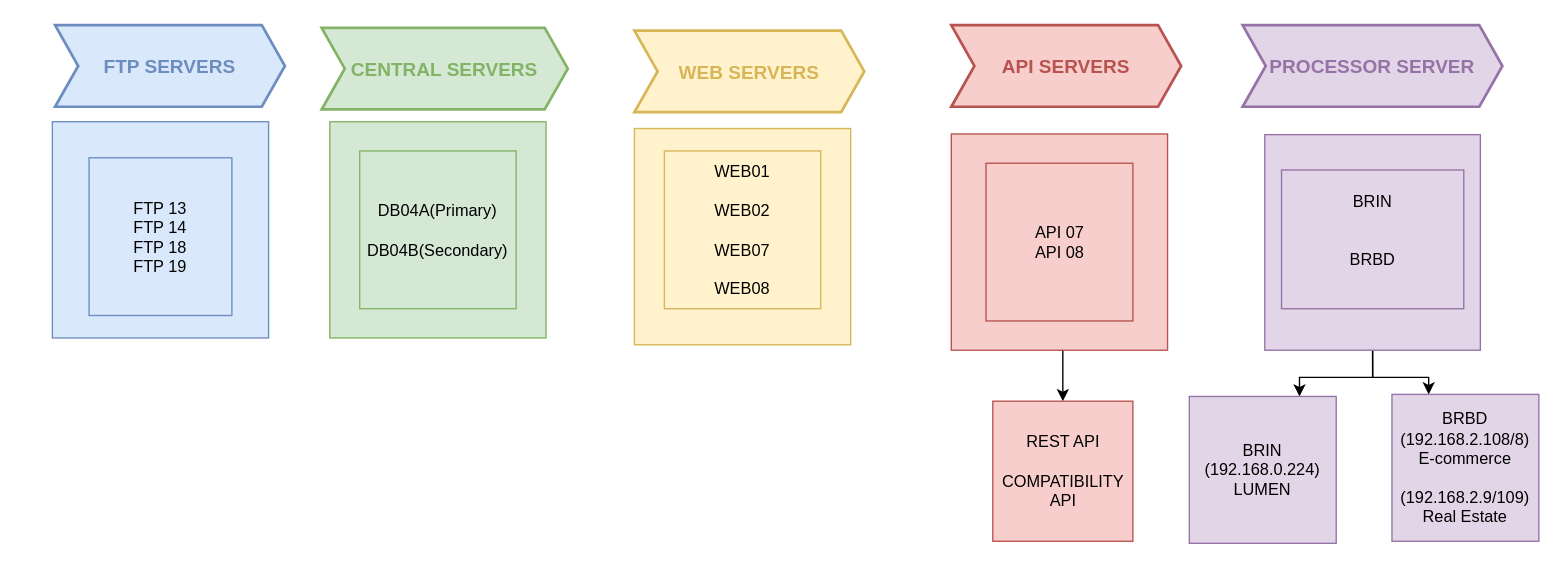
Before: Untitled Diagram.drawio in Sk1740/First-Repo, a draw.io diagram. Source tidied: cells renumbered, new cells numbered last; positions are measured from the earlier drawing's top-left corner, leaving out a move shared by most shapes. Both pictures are drawn from the tidied source at 136%, with x=0, y=0 at pixel (52, 24).
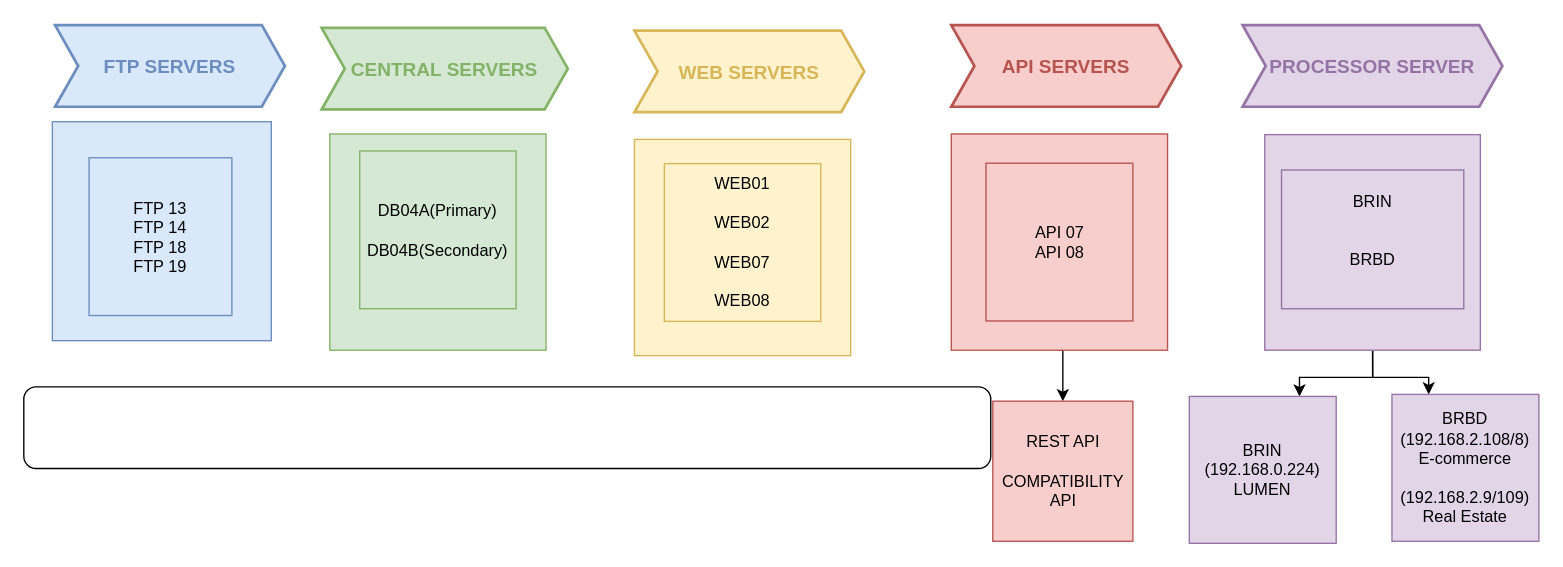
Above is the later version.

Diff of the diagram source:
```diff
@@
     <mxCell id="6" style="whiteSpace=wrap;html=1;fillColor=#dae8fc;strokeColor=#6c8ebf;" parent="1" vertex="1">
-      <mxGeometry y="71" width="159" height="159" as="geometry" />
+      <mxGeometry y="71" width="161" height="161" as="geometry" />
     </mxCell>
@@
     <mxCell id="8" style="whiteSpace=wrap;html=1;fillColor=#d5e8d4;strokeColor=#82b366;" parent="1" vertex="1">
-      <mxGeometry x="204" y="71" width="159" height="159" as="geometry" />
+      <mxGeometry x="204" y="80" width="159" height="159" as="geometry" />
     </mxCell>
@@
     <mxCell id="10" style="whiteSpace=wrap;html=1;fillColor=#fff2cc;strokeColor=#d6b656;" parent="1" vertex="1">
-      <mxGeometry x="428" y="76" width="159" height="159" as="geometry" />
+      <mxGeometry x="428" y="84" width="159" height="159" as="geometry" />
     </mxCell>
     <mxCell id="11" value="WEB01&lt;br&gt;&lt;br&gt;WEB02&lt;br&gt;&lt;br&gt;WEB07&lt;br&gt;&lt;br&gt;WEB08" style="text;strokeColor=#d6b656;align=center;fillColor=#fff2cc;html=1;verticalAlign=middle;whiteSpace=wrap;rounded=0;" parent="1" vertex="1">
-      <mxGeometry x="450" y="92.5" width="115" height="116" as="geometry" />
+      <mxGeometry x="450" y="101.8" width="115" height="116" as="geometry" />
     </mxCell>
@@
+    <mxCell id="23" style="rounded=1;whiteSpace=wrap;html=1;" parent="1" vertex="1">
+      <mxGeometry x="-21" y="266" width="711" height="60" as="geometry" />
+    </mxCell>
```
